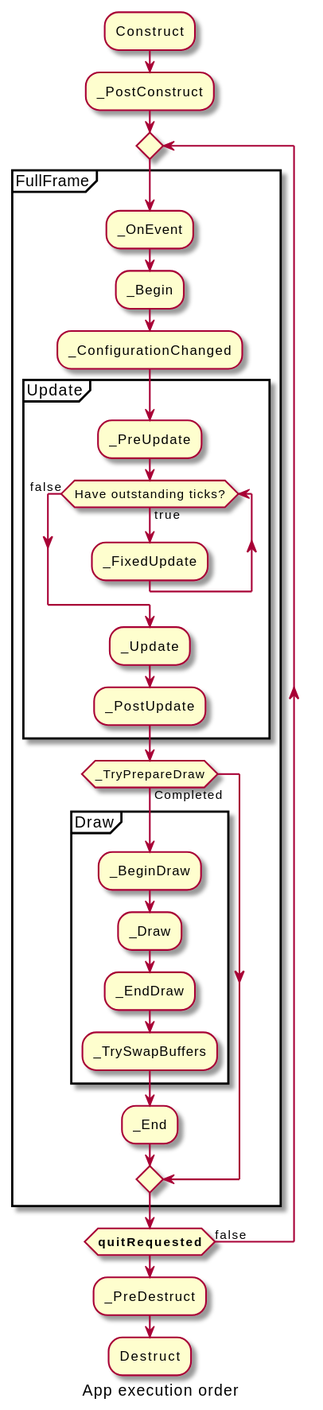
Above: Doc/ClassDiagrams/Images/AppExecutionOrder.svg in nxp-imx/gtec-demo-framework (PlantUML), before the change. The source it was exported from:
```plantuml
@startuml
caption App execution order

:Construct;
:_PostConstruct;

repeat
    partition FullFrame {
        :_OnEvent;
        :_Begin;
        :_ConfigurationChanged;
        partition Update {
            :_PreUpdate;
            while (Have outstanding ticks?) is (true)
                :_FixedUpdate;
            endwhile (false)
            :_Update;
            :_PostUpdate;
        }
        if (_TryPrepareDraw) is (Completed) then
            partition Draw {
                :_BeginDraw;
                :_Draw;
                :_EndDraw;
                :_TrySwapBuffers;
            }
            :_End;
        endif
    }
repeatwhile (<b>quitRequested) is (false)

:_PreDestruct;
:Destruct;
@enduml
```
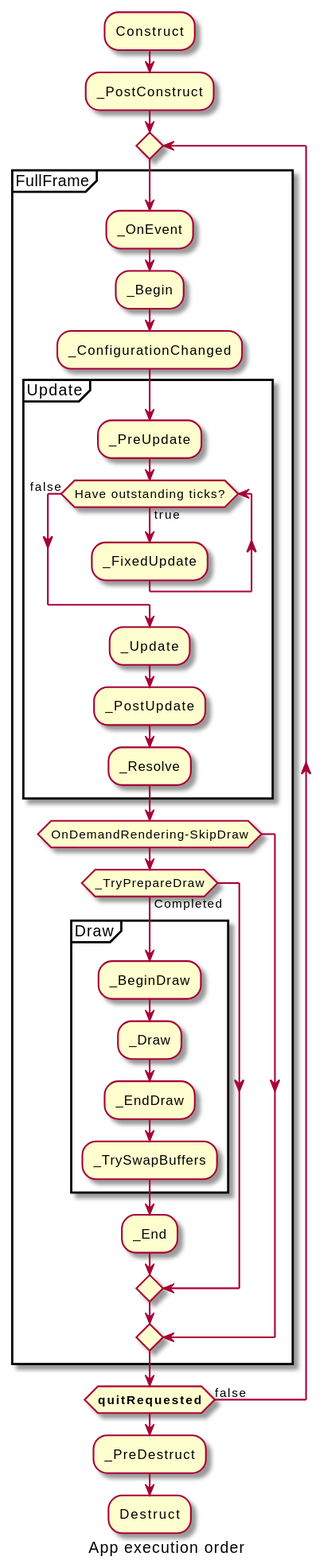
The same diagram one commit later.

Change to the diagram source:
```diff
@@ -16,15 +16,18 @@
             endwhile (false)
             :_Update;
             :_PostUpdate;
+            :_Resolve;
         }
-        if (_TryPrepareDraw) is (Completed) then
-            partition Draw {
-                :_BeginDraw;
-                :_Draw;
-                :_EndDraw;
-                :_TrySwapBuffers;
-            }
-            :_End;
+        if (OnDemandRendering-SkipDraw) then
+            if (_TryPrepareDraw) is (Completed) then
+                partition Draw {
+                    :_BeginDraw;
+                    :_Draw;
+                    :_EndDraw;
+                    :_TrySwapBuffers;
+                }
+                :_End;
+            endif
         endif
     }
 repeatwhile (<b>quitRequested) is (false)
```
